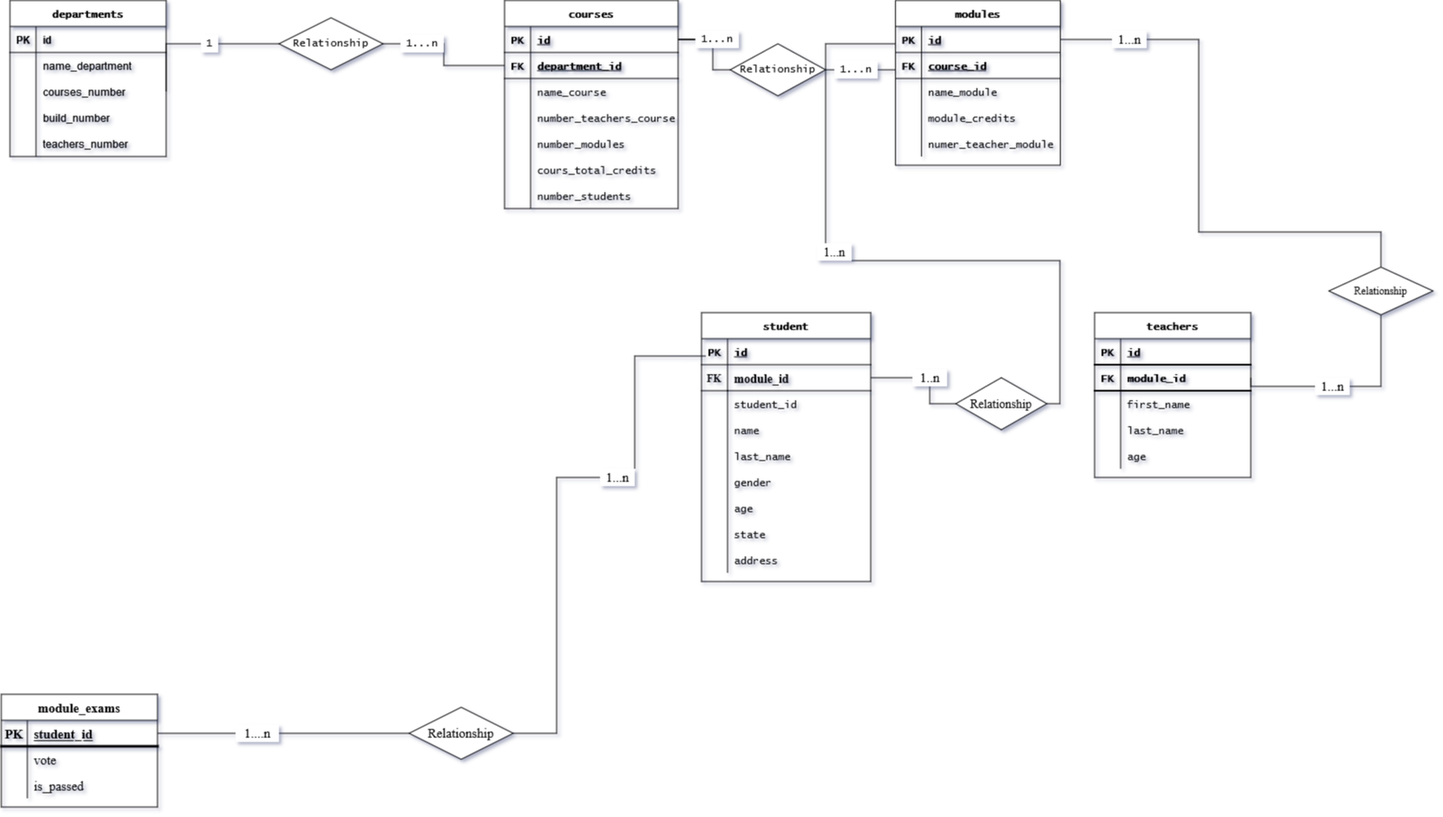
dona70909/db-university keeps this draw.io diagram as img/uni_db.png. Above is the earlier version. Source tidied: cells renumbered, new cells last; positions are measured from the earlier drawing's top-left corner, leaving out a move shared by most shapes.
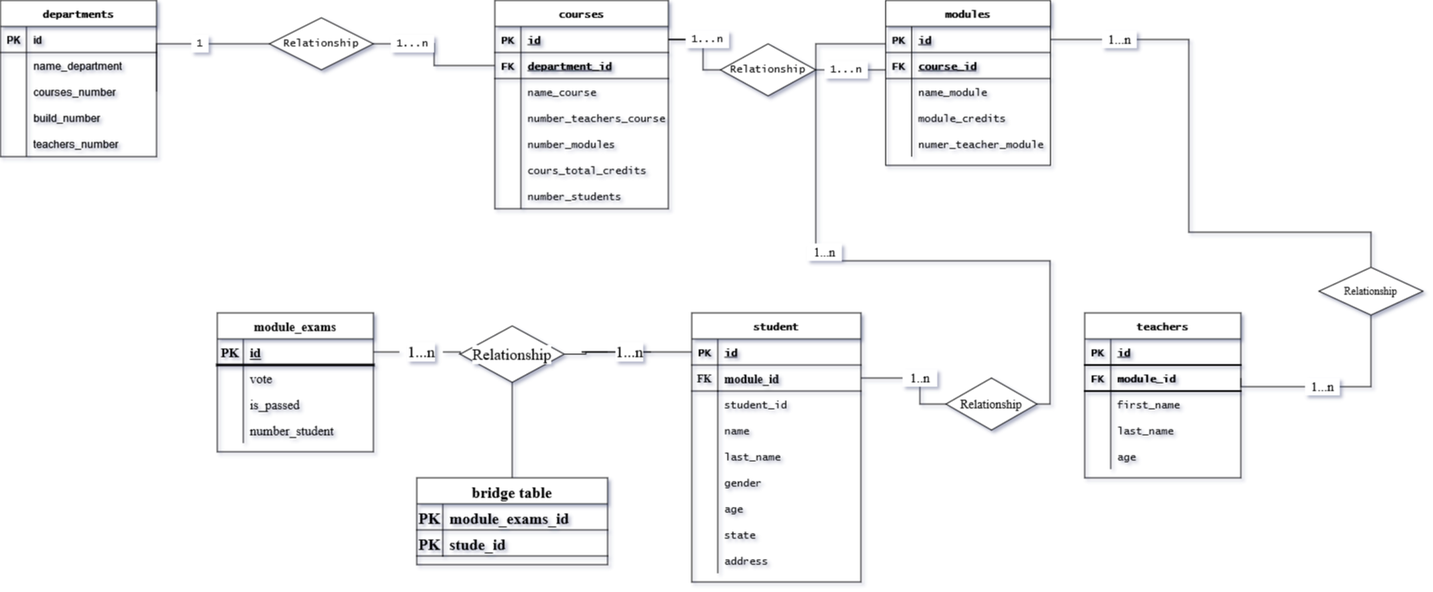
Later version of the same file.

Commit message:
bridge table

The edit, as a diff of the source:
```diff
@@ -398,7 +398,7 @@
       <mxGeometry x="1050" y="425" width="40" height="20" as="geometry" />
     </mxCell>
     <mxCell id="124" value="module_exams" style="shape=table;startSize=30;rowLines=0;fontStyle=1;align=center;labelBackgroundColor=none;labelBorderColor=none;sketch=0;fontFamily=Times New Roman;fontSize=15;strokeWidth=1;fillColor=default;html=0;" parent="1" vertex="1">
-      <mxGeometry y="800" width="180" height="130" as="geometry" />
+      <mxGeometry x="260" y="360" width="180" height="160" as="geometry" />
     </mxCell>
     <mxCell id="125" style="shape=tableRow;horizontal=0;startSize=0;swimlaneHead=0;swimlaneBody=0;fillColor=none;points=[[0,0.5],[1,0.5]];portConstraint=eastwest;top=0;left=0;right=0;bottom=1;labelBackgroundColor=none;labelBorderColor=none;sketch=0;fontFamily=Times New Roman;fontSize=15;strokeWidth=3;html=0;" parent="124" vertex="1">
       <mxGeometry y="30" width="180" height="30" as="geometry" />
@@ -406,7 +406,7 @@
     <mxCell id="126" value="PK" style="shape=partialRectangle;fillColor=none;top=0;left=0;bottom=0;right=0;fontStyle=1;overflow=hidden;labelBackgroundColor=none;labelBorderColor=none;sketch=0;fontFamily=Times New Roman;fontSize=15;strokeWidth=3;html=0;" parent="125" vertex="1">
       <mxGeometry width="30" height="30" as="geometry" />
     </mxCell>
-    <mxCell id="127" value="student_id" style="shape=partialRectangle;fillColor=none;top=0;left=0;bottom=0;right=0;align=left;spacingLeft=6;fontStyle=5;overflow=hidden;labelBackgroundColor=none;labelBorderColor=none;sketch=0;fontFamily=Times New Roman;fontSize=15;strokeWidth=1;html=0;" parent="125" vertex="1">
+    <mxCell id="127" value="id" style="shape=partialRectangle;fillColor=none;top=0;left=0;bottom=0;right=0;align=left;spacingLeft=6;fontStyle=5;overflow=hidden;labelBackgroundColor=none;labelBorderColor=none;sketch=0;fontFamily=Times New Roman;fontSize=15;strokeWidth=1;html=0;" parent="125" vertex="1">
       <mxGeometry x="30" width="150" height="30" as="geometry" />
     </mxCell>
     <mxCell id="128" style="shape=tableRow;horizontal=0;startSize=0;swimlaneHead=0;swimlaneBody=0;fillColor=none;top=0;left=0;right=0;bottom=0;labelBackgroundColor=none;labelBorderColor=none;sketch=0;fontFamily=Times New Roman;fontSize=15;strokeWidth=3;html=0;" parent="124" vertex="1">
@@ -427,31 +427,15 @@
     <mxCell id="133" value="is_passed" style="shape=partialRectangle;fillColor=none;top=0;left=0;bottom=0;right=0;align=left;spacingLeft=6;overflow=hidden;labelBackgroundColor=none;labelBorderColor=none;sketch=0;fontFamily=Times New Roman;fontSize=15;strokeWidth=3;html=0;" parent="131" vertex="1">
       <mxGeometry x="30" width="150" height="30" as="geometry" />
     </mxCell>
-    <mxCell id="134" style="edgeStyle=orthogonalEdgeStyle;rounded=0;jettySize=auto;html=1;entryX=1;entryY=0.5;entryDx=0;entryDy=0;fontFamily=Times New Roman;fontSize=15;endArrow=none;endFill=0;startArrow=none;" parent="1" edge="1" source="136" target="125">
-      <mxGeometry relative="1" as="geometry" />
-    </mxCell>
-    <mxCell id="135" value="Relationship" style="shape=rhombus;perimeter=rhombusPerimeter;whiteSpace=wrap;html=1;align=center;labelBackgroundColor=none;labelBorderColor=none;sketch=0;fontFamily=Times New Roman;fontSize=15;strokeWidth=1;fillColor=default;" parent="1" vertex="1">
-      <mxGeometry x="470" y="815" width="120" height="60" as="geometry" />
-    </mxCell>
-    <mxCell id="136" value="1....n" style="text;html=1;align=center;verticalAlign=middle;points=[];strokeColor=none;fillColor=default;fontSize=15;fontFamily=Times New Roman;" parent="1" vertex="1">
-      <mxGeometry x="270" y="835" width="50" height="20" as="geometry" />
-    </mxCell>
-    <mxCell id="137" style="edgeStyle=orthogonalEdgeStyle;rounded=0;jettySize=auto;html=1;entryX=1;entryY=0.5;entryDx=0;entryDy=0;fontFamily=Times New Roman;fontSize=15;endArrow=none;endFill=0;" parent="1" edge="1" source="135" target="136">
-      <mxGeometry relative="1" as="geometry" />
-    </mxCell>
-    <mxCell id="138" style="edgeStyle=orthogonalEdgeStyle;rounded=0;jettySize=auto;html=1;fontFamily=Times New Roman;fontSize=15;endArrow=none;endFill=0;entryX=0.026;entryY=0.667;entryDx=0;entryDy=0;entryPerimeter=0;" parent="1" edge="1" source="139" target="81">
-      <mxGeometry relative="1" as="geometry">
-        <Array as="points">
-          <mxPoint x="730" y="410" />
-        </Array>
-      </mxGeometry>
-    </mxCell>
-    <mxCell id="139" value="1...n" style="text;html=1;align=center;verticalAlign=middle;points=[];strokeColor=none;fillColor=default;fontSize=15;fontFamily=Times New Roman;" parent="1" vertex="1">
-      <mxGeometry x="690" y="540" width="40" height="20" as="geometry" />
-    </mxCell>
-    <mxCell id="140" style="edgeStyle=orthogonalEdgeStyle;rounded=0;jettySize=auto;html=1;entryX=0;entryY=0.5;entryDx=0;entryDy=0;fontFamily=Times New Roman;fontSize=15;endArrow=none;endFill=0;" parent="1" edge="1" source="135" target="139">
-      <mxGeometry relative="1" as="geometry" />
-    </mxCell>
+    <mxCell id="144" style="shape=tableRow;horizontal=0;startSize=0;swimlaneHead=0;swimlaneBody=0;fillColor=none;top=0;left=0;right=0;bottom=0;labelBackgroundColor=none;labelBorderColor=none;sketch=0;fontFamily=Times New Roman;fontSize=15;strokeWidth=3;html=0;" parent="124" vertex="1">
+      <mxGeometry y="120" width="180" height="30" as="geometry" />
+    </mxCell>
+    <mxCell id="145" style="shape=partialRectangle;fillColor=none;top=0;left=0;bottom=0;right=0;overflow=hidden;labelBackgroundColor=none;labelBorderColor=none;sketch=0;fontFamily=Times New Roman;fontSize=15;strokeWidth=3;html=0;" parent="144" vertex="1">
+      <mxGeometry width="30" height="30" as="geometry" />
+    </mxCell>
+    <mxCell id="146" value="number_student" style="shape=partialRectangle;fillColor=none;top=0;left=0;bottom=0;right=0;align=left;spacingLeft=6;overflow=hidden;labelBackgroundColor=none;labelBorderColor=none;sketch=0;fontFamily=Times New Roman;fontSize=15;strokeWidth=3;html=0;" parent="144" vertex="1">
+      <mxGeometry x="30" width="150" height="30" as="geometry" />
+    </mxCell>
     <mxCell id="141" style="edgeStyle=orthogonalEdgeStyle;rounded=0;jettySize=auto;html=1;entryX=1;entryY=0.5;entryDx=0;entryDy=0;fontFamily=Times New Roman;fontSize=18;endArrow=none;endFill=0;" parent="1" edge="1" source="143" target="112">
       <mxGeometry relative="1" as="geometry">
         <Array as="points">
@@ -470,5 +454,55 @@
     <mxCell id="143" value="1...n" style="text;html=1;align=center;verticalAlign=middle;points=[];strokeColor=none;fillColor=default;fontSize=14;fontFamily=Times New Roman;" parent="1" vertex="1">
       <mxGeometry x="940" y="280" width="40" height="20" as="geometry" />
     </mxCell>
+    <mxCell id="147" style="edgeStyle=orthogonalEdgeStyle;rounded=0;jettySize=auto;html=1;exitX=1;exitY=0.5;exitDx=0;exitDy=0;entryX=0;entryY=0.5;entryDx=0;entryDy=0;fontFamily=Times New Roman;fontSize=18;endArrow=none;endFill=0;startArrow=none;" parent="1" edge="1" source="159" target="81">
+      <mxGeometry relative="1" as="geometry">
+        <Array as="points">
+          <mxPoint x="680" y="405" />
+          <mxPoint x="680" y="405" />
+        </Array>
+      </mxGeometry>
+    </mxCell>
+    <mxCell id="148" style="edgeStyle=orthogonalEdgeStyle;rounded=0;jettySize=auto;html=1;entryX=0.5;entryY=0;entryDx=0;entryDy=0;fontFamily=Times New Roman;fontSize=18;endArrow=none;endFill=0;" parent="1" edge="1" source="135" target="150">
+      <mxGeometry relative="1" as="geometry" />
+    </mxCell>
+    <mxCell id="135" value="Relationship" style="shape=rhombus;perimeter=rhombusPerimeter;whiteSpace=wrap;html=1;align=center;labelBackgroundColor=#FFFFFF;labelBorderColor=none;sketch=0;fontFamily=Times New Roman;fontSize=18;strokeWidth=1;fillColor=default;" parent="1" vertex="1">
+      <mxGeometry x="540" y="375" width="120" height="65" as="geometry" />
+    </mxCell>
+    <mxCell id="149" style="edgeStyle=orthogonalEdgeStyle;rounded=0;jettySize=auto;html=1;exitX=1;exitY=0.5;exitDx=0;exitDy=0;entryX=0;entryY=0.5;entryDx=0;entryDy=0;fontFamily=Times New Roman;fontSize=18;endArrow=none;endFill=0;startArrow=none;" parent="1" edge="1" source="157" target="135">
+      <mxGeometry relative="1" as="geometry" />
+    </mxCell>
+    <mxCell id="150" value="bridge table " style="shape=table;startSize=30;rowLines=0;fontStyle=1;align=center;labelBackgroundColor=none;labelBorderColor=none;sketch=0;fontFamily=Times New Roman;fontSize=18;strokeWidth=1;fillColor=default;html=0;" parent="1" vertex="1">
+      <mxGeometry x="490" y="550" width="220" height="100" as="geometry" />
+    </mxCell>
+    <mxCell id="151" style="shape=tableRow;horizontal=0;startSize=0;swimlaneHead=0;swimlaneBody=0;fillColor=none;top=0;left=0;right=0;bottom=1;labelBackgroundColor=#FFFFFF;labelBorderColor=none;sketch=0;fontFamily=Times New Roman;fontSize=18;strokeWidth=1;html=0;" parent="150" vertex="1">
+      <mxGeometry y="30" width="220" height="30" as="geometry" />
+    </mxCell>
+    <mxCell id="152" value="PK" style="shape=partialRectangle;fillColor=none;top=0;left=0;bottom=0;right=0;fontStyle=1;overflow=hidden;labelBackgroundColor=none;labelBorderColor=none;sketch=0;fontFamily=Times New Roman;fontSize=18;strokeWidth=1;html=0;" parent="151" vertex="1">
+      <mxGeometry width="30" height="30" as="geometry" />
+    </mxCell>
+    <mxCell id="153" value="module_exams_id" style="shape=partialRectangle;fillColor=none;top=0;left=0;bottom=0;right=0;align=left;spacingLeft=6;fontStyle=1;overflow=hidden;labelBackgroundColor=none;labelBorderColor=none;sketch=0;fontFamily=Times New Roman;fontSize=18;strokeWidth=1;html=0;" parent="151" vertex="1">
+      <mxGeometry x="30" width="190" height="30" as="geometry" />
+    </mxCell>
+    <mxCell id="154" style="shape=tableRow;horizontal=0;startSize=0;swimlaneHead=0;swimlaneBody=0;fillColor=none;top=0;left=0;right=0;bottom=0;labelBackgroundColor=#FFFFFF;labelBorderColor=none;sketch=0;fontFamily=Times New Roman;fontSize=18;strokeWidth=1;html=0;" parent="150" vertex="1">
+      <mxGeometry y="60" width="220" height="30" as="geometry" />
+    </mxCell>
+    <mxCell id="155" value="PK" style="shape=partialRectangle;fillColor=none;top=0;left=0;bottom=1;right=0;overflow=hidden;labelBackgroundColor=none;labelBorderColor=none;sketch=0;fontFamily=Times New Roman;fontSize=18;strokeWidth=1;html=0;fontStyle=1;" parent="154" vertex="1">
+      <mxGeometry width="30" height="30" as="geometry" />
+    </mxCell>
+    <mxCell id="156" value="stude_id" style="shape=partialRectangle;fillColor=none;top=0;left=0;bottom=1;right=0;align=left;spacingLeft=6;overflow=hidden;labelBackgroundColor=none;labelBorderColor=none;sketch=0;fontFamily=Times New Roman;fontSize=18;strokeWidth=1;html=0;fontStyle=1;" parent="154" vertex="1">
+      <mxGeometry x="30" width="190" height="30" as="geometry" />
+    </mxCell>
+    <mxCell id="157" value="1...n" style="text;html=1;align=center;verticalAlign=middle;points=[];strokeColor=none;fillColor=none;fontSize=18;fontFamily=Times New Roman;labelBackgroundColor=default;" parent="1" vertex="1">
+      <mxGeometry x="470" y="390" width="50" height="30" as="geometry" />
+    </mxCell>
+    <mxCell id="158" style="edgeStyle=orthogonalEdgeStyle;rounded=0;jettySize=auto;html=1;exitX=1;exitY=0.5;exitDx=0;exitDy=0;entryX=0;entryY=0.5;entryDx=0;entryDy=0;fontFamily=Times New Roman;fontSize=18;endArrow=none;endFill=0;" parent="1" edge="1" source="125" target="157">
+      <mxGeometry relative="1" as="geometry" />
+    </mxCell>
+    <mxCell id="159" value="1...n" style="text;html=1;align=center;verticalAlign=middle;points=[];strokeColor=none;fillColor=none;fontSize=18;fontFamily=Times New Roman;labelBackgroundColor=default;" parent="1" vertex="1">
+      <mxGeometry x="710" y="390" width="50" height="30" as="geometry" />
+    </mxCell>
+    <mxCell id="160" style="edgeStyle=orthogonalEdgeStyle;rounded=0;jettySize=auto;html=1;exitX=1;exitY=0.5;exitDx=0;exitDy=0;entryX=0;entryY=0.5;entryDx=0;entryDy=0;fontFamily=Times New Roman;fontSize=18;endArrow=none;endFill=0;startArrow=none;" parent="1" edge="1" source="135" target="159">
+      <mxGeometry relative="1" as="geometry" />
+    </mxCell>
   </root>
 </mxGraphModel>
```
